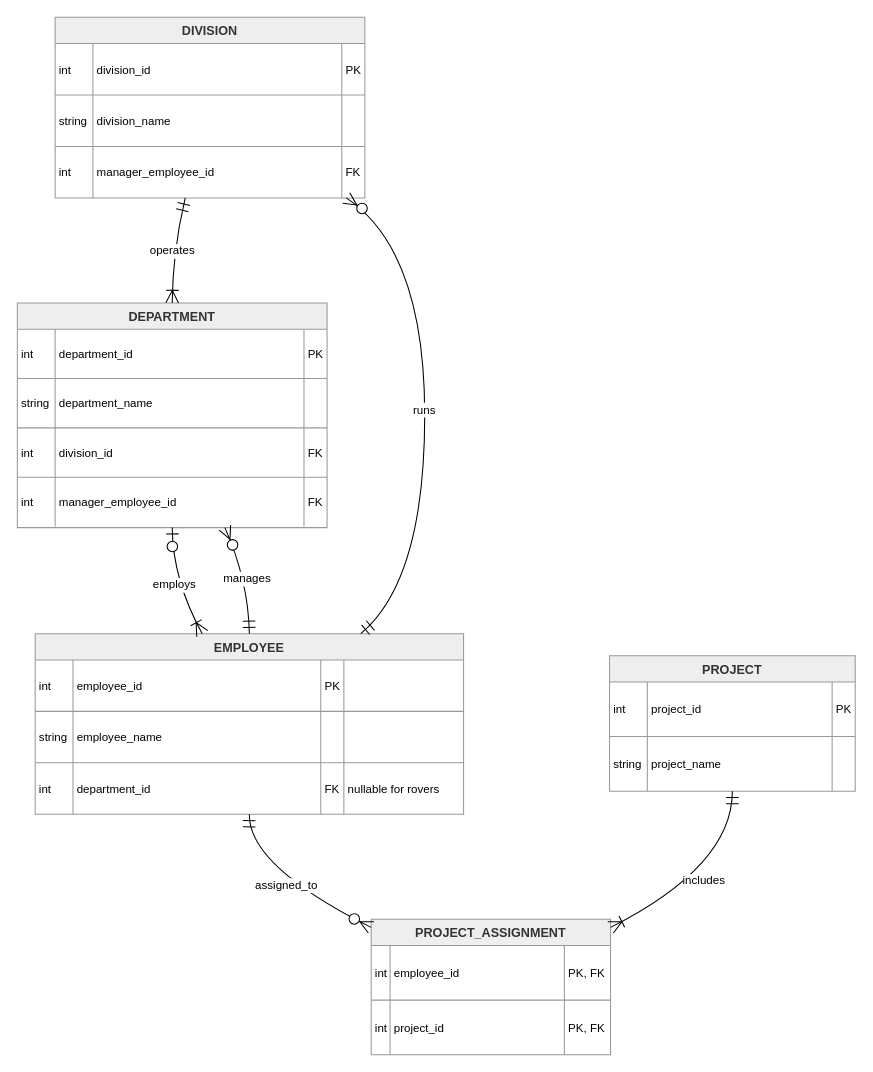
This is ERD.drawio from adamrt918/Diagram, a draw.io file, before an edit. Source tidied: cells renumbered, new cells numbered last; positions are measured from the earlier drawing's top-left corner, leaving out a move shared by most shapes. Both pictures are drawn from the tidied source at 105%, with x=0, y=0 at pixel (17, 17).
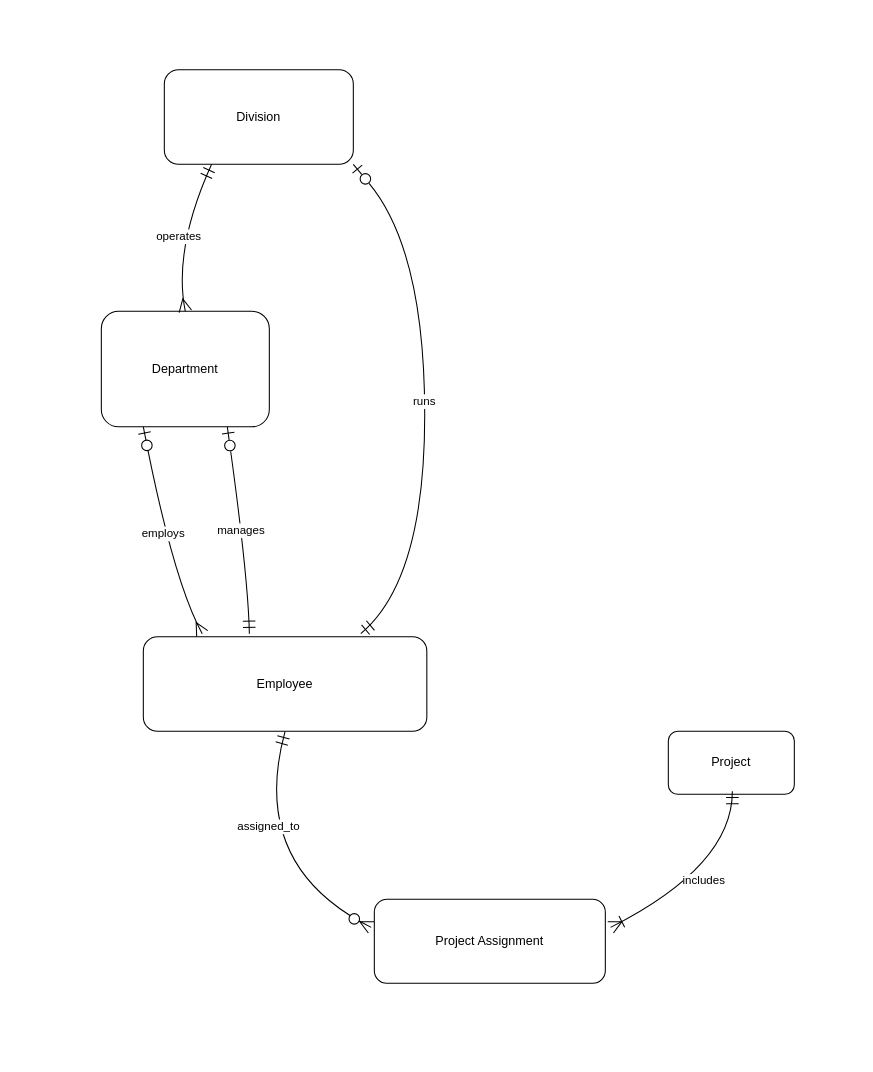
The same page after the edit.

Diff of the diagram source:
```diff
@@
-    <mxCell id="2" value="DIVISION" style="shape=table;startSize=25;childLayout=tableLayout;rowLines=1;fontStyle=1;align=center;fillColor=light-dark(#eeeeee,#1f2020);strokeColor=light-dark(#999999,#cccccc);fontColor=light-dark(#333333,#cccccc);" parent="1" vertex="1">
-      <mxGeometry x="36" width="295" height="172" as="geometry" />
-    </mxCell>
-    <mxCell id="3" style="shape=tableRow;horizontal=0;startSize=0;swimlaneHead=0;swimlaneBody=0;fillColor=none;top=0;left=0;right=0;bottom=0;" parent="2" vertex="1">
-      <mxGeometry y="25" width="295" height="49" as="geometry" />
-    </mxCell>
-    <mxCell id="4" value="int" style="shape=partialRectangle;fillColor=none;top=0;left=0;bottom=0;right=0;align=left;spacingLeft=2;overflow=hidden;fontSize=11;" parent="3" vertex="1">
-      <mxGeometry width="36" height="49" as="geometry" />
-    </mxCell>
-    <mxCell id="5" value="division_id" style="shape=partialRectangle;fillColor=none;top=0;left=0;bottom=0;right=0;align=left;spacingLeft=2;overflow=hidden;fontSize=11;" parent="3" vertex="1">
-      <mxGeometry x="36" width="237" height="49" as="geometry" />
-    </mxCell>
-    <mxCell id="6" value="PK" style="shape=partialRectangle;fillColor=none;top=0;left=0;bottom=0;right=0;align=left;spacingLeft=2;overflow=hidden;fontSize=11;" parent="3" vertex="1">
-      <mxGeometry x="273" width="22" height="49" as="geometry" />
-    </mxCell>
-    <mxCell id="7" style="shape=tableRow;horizontal=0;startSize=0;swimlaneHead=0;swimlaneBody=0;fillColor=none;top=0;left=0;right=0;bottom=0;" parent="2" vertex="1">
-      <mxGeometry y="74" width="295" height="49" as="geometry" />
-    </mxCell>
-    <mxCell id="8" value="string" style="shape=partialRectangle;fillColor=none;top=0;left=0;bottom=0;right=0;align=left;spacingLeft=2;overflow=hidden;fontSize=11;" parent="7" vertex="1">
-      <mxGeometry width="36" height="49" as="geometry" />
-    </mxCell>
-    <mxCell id="9" value="division_name" style="shape=partialRectangle;fillColor=none;top=0;left=0;bottom=0;right=0;align=left;spacingLeft=2;overflow=hidden;fontSize=11;" parent="7" vertex="1">
-      <mxGeometry x="36" width="237" height="49" as="geometry" />
-    </mxCell>
-    <mxCell id="10" style="shape=partialRectangle;fillColor=none;top=0;left=0;bottom=0;right=0;align=left;spacingLeft=2;overflow=hidden;fontSize=11;" parent="7" vertex="1">
-      <mxGeometry x="273" width="22" height="49" as="geometry" />
-    </mxCell>
-    <mxCell id="11" style="shape=tableRow;horizontal=0;startSize=0;swimlaneHead=0;swimlaneBody=0;fillColor=none;top=0;left=0;right=0;bottom=0;" parent="2" vertex="1">
-      <mxGeometry y="123" width="295" height="49" as="geometry" />
-    </mxCell>
-    <mxCell id="12" value="int" style="shape=partialRectangle;fillColor=none;top=0;left=0;bottom=0;right=0;align=left;spacingLeft=2;overflow=hidden;fontSize=11;" parent="11" vertex="1">
-      <mxGeometry width="36" height="49" as="geometry" />
-    </mxCell>
-    <mxCell id="13" value="manager_employee_id" style="shape=partialRectangle;fillColor=none;top=0;left=0;bottom=0;right=0;align=left;spacingLeft=2;overflow=hidden;fontSize=11;" parent="11" vertex="1">
-      <mxGeometry x="36" width="237" height="49" as="geometry" />
-    </mxCell>
-    <mxCell id="14" value="FK" style="shape=partialRectangle;fillColor=none;top=0;left=0;bottom=0;right=0;align=left;spacingLeft=2;overflow=hidden;fontSize=11;" parent="11" vertex="1">
-      <mxGeometry x="273" width="22" height="49" as="geometry" />
-    </mxCell>
-    <mxCell id="15" value="DEPARTMENT" style="shape=table;startSize=25;childLayout=tableLayout;rowLines=1;fontStyle=1;align=center;fillColor=light-dark(#eeeeee,#1f2020);strokeColor=light-dark(#999999,#cccccc);fontColor=light-dark(#333333,#cccccc);" parent="1" vertex="1">
-      <mxGeometry y="272" width="295" height="214" as="geometry" />
-    </mxCell>
-    <mxCell id="16" style="shape=tableRow;horizontal=0;startSize=0;swimlaneHead=0;swimlaneBody=0;fillColor=none;top=0;left=0;right=0;bottom=0;" parent="15" vertex="1">
-      <mxGeometry y="25" width="295" height="47" as="geometry" />
-    </mxCell>
-    <mxCell id="17" value="int" style="shape=partialRectangle;fillColor=none;top=0;left=0;bottom=0;right=0;align=left;spacingLeft=2;overflow=hidden;fontSize=11;" parent="16" vertex="1">
-      <mxGeometry width="36" height="47" as="geometry" />
-    </mxCell>
-    <mxCell id="18" value="department_id" style="shape=partialRectangle;fillColor=none;top=0;left=0;bottom=0;right=0;align=left;spacingLeft=2;overflow=hidden;fontSize=11;" parent="16" vertex="1">
-      <mxGeometry x="36" width="237" height="47" as="geometry" />
-    </mxCell>
-    <mxCell id="19" value="PK" style="shape=partialRectangle;fillColor=none;top=0;left=0;bottom=0;right=0;align=left;spacingLeft=2;overflow=hidden;fontSize=11;" parent="16" vertex="1">
-      <mxGeometry x="273" width="22" height="47" as="geometry" />
-    </mxCell>
-    <mxCell id="20" style="shape=tableRow;horizontal=0;startSize=0;swimlaneHead=0;swimlaneBody=0;fillColor=none;top=0;left=0;right=0;bottom=0;" parent="15" vertex="1">
-      <mxGeometry y="72" width="295" height="47" as="geometry" />
-    </mxCell>
-    <mxCell id="21" value="string" style="shape=partialRectangle;fillColor=none;top=0;left=0;bottom=0;right=0;align=left;spacingLeft=2;overflow=hidden;fontSize=11;" parent="20" vertex="1">
-      <mxGeometry width="36" height="47" as="geometry" />
-    </mxCell>
-    <mxCell id="22" value="department_name" style="shape=partialRectangle;fillColor=none;top=0;left=0;bottom=0;right=0;align=left;spacingLeft=2;overflow=hidden;fontSize=11;" parent="20" vertex="1">
-      <mxGeometry x="36" width="237" height="47" as="geometry" />
-    </mxCell>
-    <mxCell id="23" style="shape=partialRectangle;fillColor=none;top=0;left=0;bottom=0;right=0;align=left;spacingLeft=2;overflow=hidden;fontSize=11;" parent="20" vertex="1">
-      <mxGeometry x="273" width="22" height="47" as="geometry" />
-    </mxCell>
-    <mxCell id="24" style="shape=tableRow;horizontal=0;startSize=0;swimlaneHead=0;swimlaneBody=0;fillColor=none;top=0;left=0;right=0;bottom=0;" parent="15" vertex="1">
-      <mxGeometry y="119" width="295" height="47" as="geometry" />
-    </mxCell>
-    <mxCell id="25" value="int" style="shape=partialRectangle;fillColor=none;top=0;left=0;bottom=0;right=0;align=left;spacingLeft=2;overflow=hidden;fontSize=11;" parent="24" vertex="1">
-      <mxGeometry width="36" height="47" as="geometry" />
-    </mxCell>
-    <mxCell id="26" value="division_id" style="shape=partialRectangle;fillColor=none;top=0;left=0;bottom=0;right=0;align=left;spacingLeft=2;overflow=hidden;fontSize=11;" parent="24" vertex="1">
-      <mxGeometry x="36" width="237" height="47" as="geometry" />
-    </mxCell>
-    <mxCell id="27" value="FK" style="shape=partialRectangle;fillColor=none;top=0;left=0;bottom=0;right=0;align=left;spacingLeft=2;overflow=hidden;fontSize=11;" parent="24" vertex="1">
-      <mxGeometry x="273" width="22" height="47" as="geometry" />
-    </mxCell>
-    <mxCell id="28" style="shape=tableRow;horizontal=0;startSize=0;swimlaneHead=0;swimlaneBody=0;fillColor=none;top=0;left=0;right=0;bottom=0;" parent="15" vertex="1">
-      <mxGeometry y="166" width="295" height="47" as="geometry" />
-    </mxCell>
-    <mxCell id="29" value="int" style="shape=partialRectangle;fillColor=none;top=0;left=0;bottom=0;right=0;align=left;spacingLeft=2;overflow=hidden;fontSize=11;" parent="28" vertex="1">
-      <mxGeometry width="36" height="47" as="geometry" />
-    </mxCell>
-    <mxCell id="30" value="manager_employee_id" style="shape=partialRectangle;fillColor=none;top=0;left=0;bottom=0;right=0;align=left;spacingLeft=2;overflow=hidden;fontSize=11;" parent="28" vertex="1">
-      <mxGeometry x="36" width="237" height="47" as="geometry" />
-    </mxCell>
-    <mxCell id="31" value="FK" style="shape=partialRectangle;fillColor=none;top=0;left=0;bottom=0;right=0;align=left;spacingLeft=2;overflow=hidden;fontSize=11;" parent="28" vertex="1">
-      <mxGeometry x="273" width="22" height="47" as="geometry" />
-    </mxCell>
-    <mxCell id="32" value="EMPLOYEE" style="shape=table;startSize=25;childLayout=tableLayout;rowLines=1;fontStyle=1;align=center;fillColor=light-dark(#eeeeee,#1f2020);strokeColor=light-dark(#999999,#cccccc);fontColor=light-dark(#333333,#cccccc);" parent="1" vertex="1">
-      <mxGeometry x="17" y="587" width="408" height="172" as="geometry" />
-    </mxCell>
-    <mxCell id="33" style="shape=tableRow;horizontal=0;startSize=0;swimlaneHead=0;swimlaneBody=0;fillColor=none;top=0;left=0;right=0;bottom=0;" parent="32" vertex="1">
-      <mxGeometry y="25" width="408" height="49" as="geometry" />
-    </mxCell>
-    <mxCell id="34" value="int" style="shape=partialRectangle;fillColor=none;top=0;left=0;bottom=0;right=0;align=left;spacingLeft=2;overflow=hidden;fontSize=11;" parent="33" vertex="1">
-      <mxGeometry width="36" height="49" as="geometry" />
-    </mxCell>
-    <mxCell id="35" value="employee_id" style="shape=partialRectangle;fillColor=none;top=0;left=0;bottom=0;right=0;align=left;spacingLeft=2;overflow=hidden;fontSize=11;" parent="33" vertex="1">
-      <mxGeometry x="36" width="236" height="49" as="geometry" />
-    </mxCell>
-    <mxCell id="36" value="PK" style="shape=partialRectangle;fillColor=none;top=0;left=0;bottom=0;right=0;align=left;spacingLeft=2;overflow=hidden;fontSize=11;" parent="33" vertex="1">
-      <mxGeometry x="272" width="22" height="49" as="geometry" />
-    </mxCell>
-    <mxCell id="37" style="shape=partialRectangle;fillColor=none;top=0;left=0;bottom=0;right=0;align=left;spacingLeft=2;overflow=hidden;fontSize=11;" parent="33" vertex="1">
-      <mxGeometry x="294" width="114" height="49" as="geometry" />
-    </mxCell>
-    <mxCell id="38" style="shape=tableRow;horizontal=0;startSize=0;swimlaneHead=0;swimlaneBody=0;fillColor=none;top=0;left=0;right=0;bottom=0;" parent="32" vertex="1">
-      <mxGeometry y="74" width="408" height="49" as="geometry" />
-    </mxCell>
-    <mxCell id="39" value="string" style="shape=partialRectangle;fillColor=none;top=0;left=0;bottom=0;right=0;align=left;spacingLeft=2;overflow=hidden;fontSize=11;" parent="38" vertex="1">
-      <mxGeometry width="36" height="49" as="geometry" />
-    </mxCell>
-    <mxCell id="40" value="employee_name" style="shape=partialRectangle;fillColor=none;top=0;left=0;bottom=0;right=0;align=left;spacingLeft=2;overflow=hidden;fontSize=11;" parent="38" vertex="1">
-      <mxGeometry x="36" width="236" height="49" as="geometry" />
-    </mxCell>
-    <mxCell id="41" style="shape=partialRectangle;fillColor=none;top=0;left=0;bottom=0;right=0;align=left;spacingLeft=2;overflow=hidden;fontSize=11;" parent="38" vertex="1">
-      <mxGeometry x="272" width="22" height="49" as="geometry" />
-    </mxCell>
-    <mxCell id="42" style="shape=partialRectangle;fillColor=none;top=0;left=0;bottom=0;right=0;align=left;spacingLeft=2;overflow=hidden;fontSize=11;" parent="38" vertex="1">
-      <mxGeometry x="294" width="114" height="49" as="geometry" />
-    </mxCell>
-    <mxCell id="43" style="shape=tableRow;horizontal=0;startSize=0;swimlaneHead=0;swimlaneBody=0;fillColor=none;top=0;left=0;right=0;bottom=0;" parent="32" vertex="1">
-      <mxGeometry y="123" width="408" height="49" as="geometry" />
-    </mxCell>
-    <mxCell id="44" value="int" style="shape=partialRectangle;fillColor=none;top=0;left=0;bottom=0;right=0;align=left;spacingLeft=2;overflow=hidden;fontSize=11;" parent="43" vertex="1">
-      <mxGeometry width="36" height="49" as="geometry" />
-    </mxCell>
-    <mxCell id="45" value="department_id" style="shape=partialRectangle;fillColor=none;top=0;left=0;bottom=0;right=0;align=left;spacingLeft=2;overflow=hidden;fontSize=11;" parent="43" vertex="1">
-      <mxGeometry x="36" width="236" height="49" as="geometry" />
-    </mxCell>
-    <mxCell id="46" value="FK" style="shape=partialRectangle;fillColor=none;top=0;left=0;bottom=0;right=0;align=left;spacingLeft=2;overflow=hidden;fontSize=11;" parent="43" vertex="1">
-      <mxGeometry x="272" width="22" height="49" as="geometry" />
-    </mxCell>
-    <mxCell id="47" value="nullable for rovers" style="shape=partialRectangle;fillColor=none;top=0;left=0;bottom=0;right=0;align=left;spacingLeft=2;overflow=hidden;fontSize=11;" parent="43" vertex="1">
-      <mxGeometry x="294" width="114" height="49" as="geometry" />
-    </mxCell>
-    <mxCell id="48" value="PROJECT_ASSIGNMENT" style="shape=table;startSize=25;childLayout=tableLayout;rowLines=1;fontStyle=1;align=center;fillColor=light-dark(#eeeeee,#1f2020);strokeColor=light-dark(#999999,#cccccc);fontColor=light-dark(#333333,#cccccc);" parent="1" vertex="1">
-      <mxGeometry x="337" y="859" width="228" height="129" as="geometry" />
-    </mxCell>
-    <mxCell id="49" style="shape=tableRow;horizontal=0;startSize=0;swimlaneHead=0;swimlaneBody=0;fillColor=none;top=0;left=0;right=0;bottom=0;" parent="48" vertex="1">
-      <mxGeometry y="25" width="228" height="52" as="geometry" />
-    </mxCell>
-    <mxCell id="50" value="int" style="shape=partialRectangle;fillColor=none;top=0;left=0;bottom=0;right=0;align=left;spacingLeft=2;overflow=hidden;fontSize=11;" parent="49" vertex="1">
-      <mxGeometry width="18" height="52" as="geometry" />
-    </mxCell>
-    <mxCell id="51" value="employee_id" style="shape=partialRectangle;fillColor=none;top=0;left=0;bottom=0;right=0;align=left;spacingLeft=2;overflow=hidden;fontSize=11;" parent="49" vertex="1">
-      <mxGeometry x="18" width="166" height="52" as="geometry" />
-    </mxCell>
-    <mxCell id="52" value="PK, FK" style="shape=partialRectangle;fillColor=none;top=0;left=0;bottom=0;right=0;align=left;spacingLeft=2;overflow=hidden;fontSize=11;" parent="49" vertex="1">
-      <mxGeometry x="184" width="44" height="52" as="geometry" />
-    </mxCell>
-    <mxCell id="53" style="shape=tableRow;horizontal=0;startSize=0;swimlaneHead=0;swimlaneBody=0;fillColor=none;top=0;left=0;right=0;bottom=0;" parent="48" vertex="1">
-      <mxGeometry y="77" width="228" height="52" as="geometry" />
-    </mxCell>
-    <mxCell id="54" value="int" style="shape=partialRectangle;fillColor=none;top=0;left=0;bottom=0;right=0;align=left;spacingLeft=2;overflow=hidden;fontSize=11;" parent="53" vertex="1">
-      <mxGeometry width="18" height="52" as="geometry" />
-    </mxCell>
-    <mxCell id="55" value="project_id" style="shape=partialRectangle;fillColor=none;top=0;left=0;bottom=0;right=0;align=left;spacingLeft=2;overflow=hidden;fontSize=11;" parent="53" vertex="1">
-      <mxGeometry x="18" width="166" height="52" as="geometry" />
-    </mxCell>
-    <mxCell id="56" value="PK, FK" style="shape=partialRectangle;fillColor=none;top=0;left=0;bottom=0;right=0;align=left;spacingLeft=2;overflow=hidden;fontSize=11;" parent="53" vertex="1">
-      <mxGeometry x="184" width="44" height="52" as="geometry" />
-    </mxCell>
-    <mxCell id="57" value="PROJECT" style="shape=table;startSize=25;childLayout=tableLayout;rowLines=1;fontStyle=1;align=center;fillColor=light-dark(#eeeeee,#1f2020);strokeColor=light-dark(#999999,#cccccc);fontColor=light-dark(#333333,#cccccc);" parent="1" vertex="1">
-      <mxGeometry x="564" y="608" width="234" height="129" as="geometry" />
-    </mxCell>
-    <mxCell id="58" style="shape=tableRow;horizontal=0;startSize=0;swimlaneHead=0;swimlaneBody=0;fillColor=none;top=0;left=0;right=0;bottom=0;" parent="57" vertex="1">
-      <mxGeometry y="25" width="234" height="52" as="geometry" />
-    </mxCell>
-    <mxCell id="59" value="int" style="shape=partialRectangle;fillColor=none;top=0;left=0;bottom=0;right=0;align=left;spacingLeft=2;overflow=hidden;fontSize=11;" parent="58" vertex="1">
-      <mxGeometry width="36" height="52" as="geometry" />
-    </mxCell>
-    <mxCell id="60" value="project_id" style="shape=partialRectangle;fillColor=none;top=0;left=0;bottom=0;right=0;align=left;spacingLeft=2;overflow=hidden;fontSize=11;" parent="58" vertex="1">
-      <mxGeometry x="36" width="176" height="52" as="geometry" />
-    </mxCell>
-    <mxCell id="61" value="PK" style="shape=partialRectangle;fillColor=none;top=0;left=0;bottom=0;right=0;align=left;spacingLeft=2;overflow=hidden;fontSize=11;" parent="58" vertex="1">
-      <mxGeometry x="212" width="22" height="52" as="geometry" />
-    </mxCell>
-    <mxCell id="62" style="shape=tableRow;horizontal=0;startSize=0;swimlaneHead=0;swimlaneBody=0;fillColor=none;top=0;left=0;right=0;bottom=0;" parent="57" vertex="1">
-      <mxGeometry y="77" width="234" height="52" as="geometry" />
-    </mxCell>
-    <mxCell id="63" value="string" style="shape=partialRectangle;fillColor=none;top=0;left=0;bottom=0;right=0;align=left;spacingLeft=2;overflow=hidden;fontSize=11;" parent="62" vertex="1">
-      <mxGeometry width="36" height="52" as="geometry" />
-    </mxCell>
-    <mxCell id="64" value="project_name" style="shape=partialRectangle;fillColor=none;top=0;left=0;bottom=0;right=0;align=left;spacingLeft=2;overflow=hidden;fontSize=11;" parent="62" vertex="1">
-      <mxGeometry x="36" width="176" height="52" as="geometry" />
-    </mxCell>
-    <mxCell id="65" style="shape=partialRectangle;fillColor=none;top=0;left=0;bottom=0;right=0;align=left;spacingLeft=2;overflow=hidden;fontSize=11;" parent="62" vertex="1">
-      <mxGeometry x="212" width="22" height="52" as="geometry" />
-    </mxCell>
+    <mxCell id="72" value="Department" style="rounded=1;whiteSpace=wrap;html=1;" parent="1" vertex="1">
+      <mxGeometry x="80" y="280" width="160" height="110" as="geometry" />
+    </mxCell>
+    <mxCell id="73" value="Project" style="rounded=1;whiteSpace=wrap;html=1;" parent="1" vertex="1">
+      <mxGeometry x="620" y="680" width="120" height="60" as="geometry" />
+    </mxCell>
+    <mxCell id="74" value="Project Assignment" style="rounded=1;whiteSpace=wrap;html=1;" parent="1" vertex="1">
+      <mxGeometry x="340" y="840" width="220" height="80" as="geometry" />
+    </mxCell>
-    <mxCell id="66" value="operates" style="curved=1;startArrow=ERmandOne;startSize=10;endArrow=ERoneToMany;endSize=10;exitX=0.42;exitY=1;entryX=0.5;entryY=0;rounded=0;" parent="1" edge="1" source="2" target="15">
+    <mxCell id="66" value="operates" style="curved=1;startArrow=ERmandOne;startSize=10;endArrow=ERmany;endSize=10;exitX=0.25;exitY=1;entryX=0.5;entryY=0;rounded=0;exitDx=0;exitDy=0;endFill=0;entryDx=0;entryDy=0;" parent="1" edge="1" source="76" target="72">
       <mxGeometry relative="1" as="geometry">
         <Array as="points">
           <mxPoint x="148" y="222" />
         </Array>
       </mxGeometry>
     </mxCell>
-    <mxCell id="67" value="employs" style="curved=1;startArrow=ERzeroToOne;startSize=10;endArrow=ERoneToMany;endSize=10;exitX=0.5;exitY=1;entryX=0.39;entryY=0;rounded=0;" parent="1" edge="1" source="15" target="32">
+    <mxCell id="67" value="employs" style="curved=1;startArrow=ERzeroToOne;startSize=10;endArrow=ERmany;endSize=10;entryX=0.39;entryY=0;rounded=0;endFill=0;exitX=0.25;exitY=1;exitDx=0;exitDy=0;" parent="1" edge="1" source="72">
       <mxGeometry relative="1" as="geometry">
+        <mxPoint x="176.1" y="587" as="targetPoint" />
         <Array as="points">
           <mxPoint x="148" y="536" />
         </Array>
       </mxGeometry>
     </mxCell>
-    <mxCell id="68" value="manages" style="curved=1;startArrow=ERmandOne;startSize=10;endArrow=ERzeroToMany;endSize=10;exitX=0.5;exitY=0;entryX=0.67;entryY=1;rounded=0;" parent="1" edge="1" source="32" target="15">
+    <mxCell id="68" value="manages" style="curved=1;startArrow=ERmandOne;startSize=10;endArrow=ERzeroToOne;endSize=10;exitX=0.5;exitY=0;entryX=0.75;entryY=1;rounded=0;entryDx=0;entryDy=0;endFill=0;" parent="1" edge="1" target="72">
       <mxGeometry relative="1" as="geometry">
+        <mxPoint x="221" y="587" as="sourcePoint" />
         <Array as="points">
           <mxPoint x="220" y="536" />
         </Array>
       </mxGeometry>
     </mxCell>
-    <mxCell id="69" value="runs" style="curved=1;startArrow=ERmandOne;startSize=10;endArrow=ERzeroToMany;endSize=10;exitX=0.76;exitY=0;entryX=0.94;entryY=1;rounded=0;" parent="1" edge="1" source="32" target="2">
+    <mxCell id="69" value="runs" style="curved=1;startArrow=ERmandOne;startSize=10;endArrow=ERzeroToOne;endSize=10;exitX=0.76;exitY=0;entryX=1;entryY=1;rounded=0;entryDx=0;entryDy=0;endFill=0;" parent="1" edge="1" target="76">
       <mxGeometry relative="1" as="geometry">
+        <mxPoint x="327.1" y="587" as="sourcePoint" />
         <Array as="points">
           <mxPoint x="388" y="536" />
           <mxPoint x="388" y="222" />
         </Array>
       </mxGeometry>
     </mxCell>
-    <mxCell id="70" value="assigned_to" style="curved=1;startArrow=ERmandOne;startSize=10;endArrow=ERzeroToMany;endSize=10;exitX=0.5;exitY=1;entryX=0;entryY=0.06;rounded=0;" parent="1" edge="1" source="32" target="48">
-      <mxGeometry relative="1" as="geometry">
+    <mxCell id="70" value="assigned_to" style="curved=1;startArrow=ERmandOne;startSize=10;endArrow=ERzeroToMany;endSize=10;exitX=0.5;exitY=1;entryX=0;entryY=0.06;rounded=0;exitDx=0;exitDy=0;" parent="1" edge="1" source="75">
+      <mxGeometry x="-0.31" y="9" relative="1" as="geometry">
+        <mxPoint x="337" y="866.7" as="targetPoint" />
         <Array as="points">
           <mxPoint x="220" y="808" />
         </Array>
       </mxGeometry>
     </mxCell>
-    <mxCell id="71" value="includes" style="curved=1;startArrow=ERmandOne;startSize=10;endArrow=ERoneToMany;endSize=10;exitX=0.5;exitY=1;entryX=1;entryY=0.06;rounded=0;" parent="1" edge="1" source="57" target="48">
+    <mxCell id="71" value="includes" style="curved=1;startArrow=ERmandOne;startSize=10;endArrow=ERoneToMany;endSize=10;exitX=0.5;exitY=1;entryX=1;entryY=0.06;rounded=0;" parent="1" edge="1">
       <mxGeometry relative="1" as="geometry">
+        <mxPoint x="681" y="737" as="sourcePoint" />
+        <mxPoint x="565" y="866.7" as="targetPoint" />
         <Array as="points">
           <mxPoint x="681" y="808" />
         </Array>
       </mxGeometry>
     </mxCell>
+    <mxCell id="75" value="Employee" style="rounded=1;whiteSpace=wrap;html=1;" parent="1" vertex="1">
+      <mxGeometry x="120" y="590" width="270" height="90" as="geometry" />
+    </mxCell>
+    <mxCell id="76" value="Division" style="rounded=1;whiteSpace=wrap;html=1;" parent="1" vertex="1">
+      <mxGeometry x="140" y="50" width="180" height="90" as="geometry" />
+    </mxCell>
```
